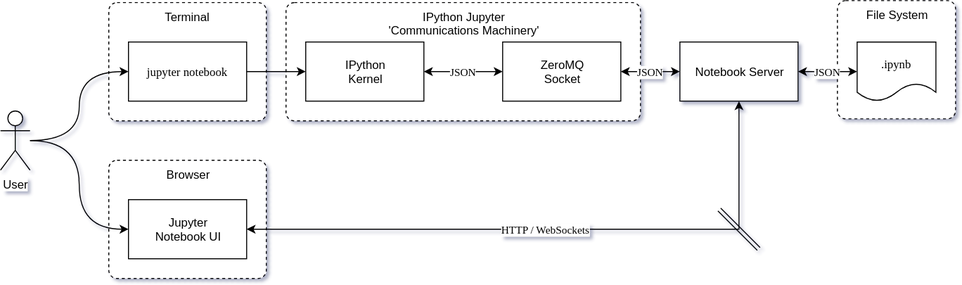
Before: jupyter_notebook_architecture.svg, a diagram exported from draw.io (panningforbacon/panningforbacon.github.io). Source tidied: cells renumbered, new cells last; positions are measured from the earlier drawing's top-left corner, leaving out a move shared by most shapes.
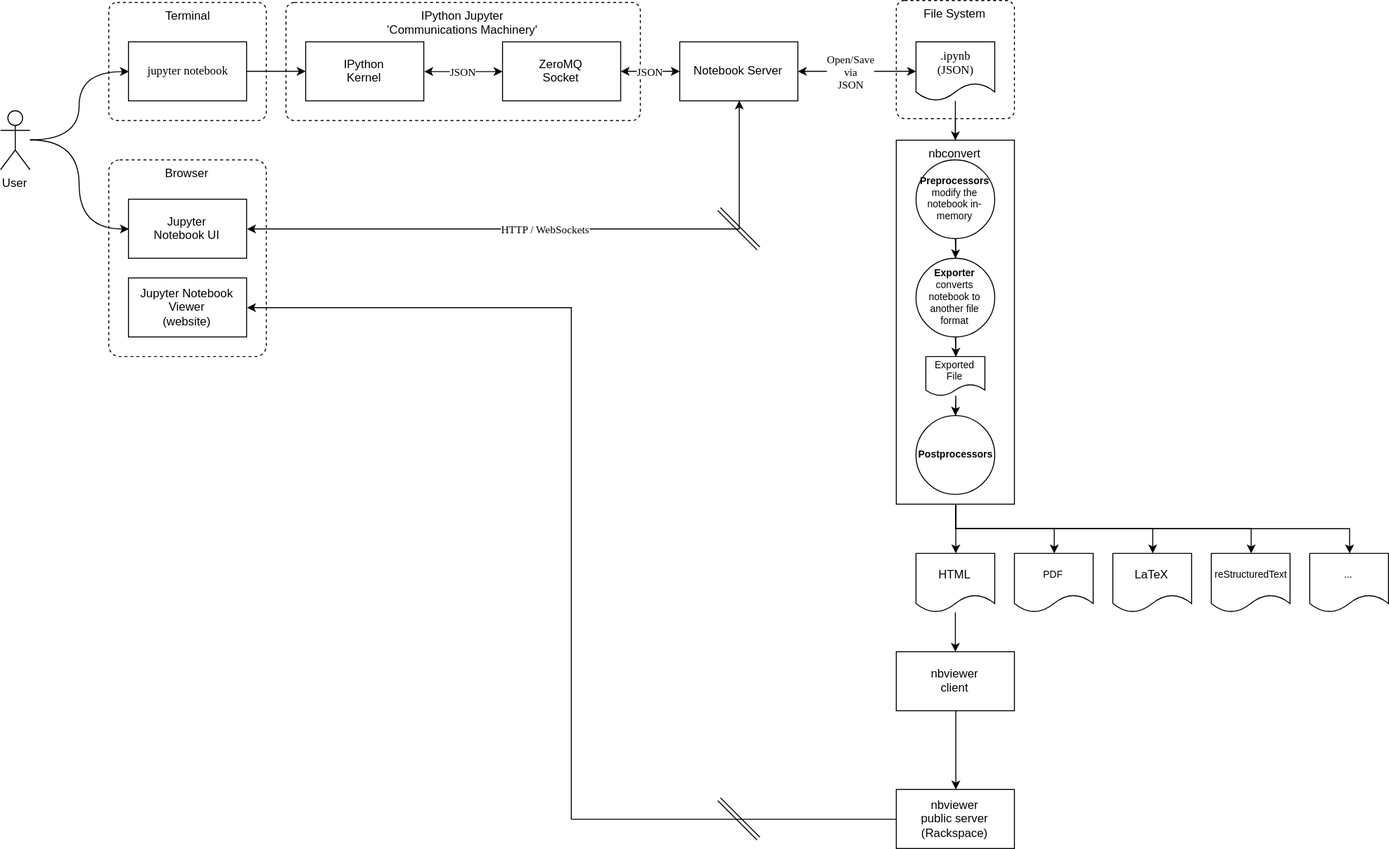
The same diagram one commit later.

Change to the diagram source:
```diff
@@ -30,7 +30,7 @@
       <mxGeometry x="510" y="42" width="120" height="60" as="geometry" />
     </mxCell>
     <mxCell id="11" value="Browser" style="rounded=1;whiteSpace=wrap;html=1;verticalAlign=top;dashed=1;arcSize=7;" parent="1" vertex="1">
-      <mxGeometry x="110" y="162" width="160" height="120" as="geometry" />
+      <mxGeometry x="110" y="162" width="160" height="200" as="geometry" />
     </mxCell>
     <mxCell id="12" value="Jupyter&lt;br&gt;Notebook UI" style="rounded=0;whiteSpace=wrap;html=1;" parent="1" vertex="1">
       <mxGeometry x="130" y="202" width="120" height="60" as="geometry" />
@@ -41,13 +41,16 @@
     <mxCell id="14" value="Notebook Server" style="rounded=0;whiteSpace=wrap;html=1;" parent="1" vertex="1">
       <mxGeometry x="690" y="42" width="120" height="60" as="geometry" />
     </mxCell>
+    <mxCell id="21" style="edgeStyle=orthogonalEdgeStyle;rounded=0;jettySize=auto;html=1;startArrow=none;startFill=0;fontFamily=Helvetica;fontSize=10;" parent="1" edge="1" source="15" target="28">
+      <mxGeometry relative="1" as="geometry" />
+    </mxCell>
     <mxCell id="15" value="File System" style="rounded=1;whiteSpace=wrap;html=1;verticalAlign=top;dashed=1;arcSize=7;" parent="1" vertex="1">
-      <mxGeometry x="850" width="120" height="120" as="geometry" />
+      <mxGeometry x="910" width="120" height="120" as="geometry" />
     </mxCell>
-    <mxCell id="16" value=".ipynb" style="shape=document;whiteSpace=wrap;html=1;boundedLbl=1;rounded=1;strokeWidth=1;fontFamily=Lucida Console;" parent="1" vertex="1">
-      <mxGeometry x="870" y="42" width="80" height="60" as="geometry" />
+    <mxCell id="16" value=".ipynb&lt;br&gt;(JSON)" style="shape=document;whiteSpace=wrap;html=1;boundedLbl=1;rounded=1;strokeWidth=1;fontFamily=Lucida Console;" parent="1" vertex="1">
+      <mxGeometry x="930" y="42" width="80" height="60" as="geometry" />
     </mxCell>
-    <mxCell id="17" value="JSON" style="edgeStyle=orthogonalEdgeStyle;rounded=0;jettySize=auto;html=1;fontFamily=Lucida Console;startArrow=classic;startFill=1;endArrow=classic;endFill=1;" parent="1" edge="1" source="14" target="16">
+    <mxCell id="17" value="Open/Save&lt;br&gt;via&lt;br&gt;JSON" style="edgeStyle=orthogonalEdgeStyle;rounded=0;jettySize=auto;html=1;fontFamily=Lucida Console;startArrow=classic;startFill=1;endArrow=classic;endFill=1;" parent="1" edge="1" source="14" target="16">
       <mxGeometry relative="1" as="geometry" />
     </mxCell>
     <mxCell id="18" style="shape=link;html=1;startArrow=classic;startFill=1;endArrow=classic;endFill=1;fontFamily=Lucida Console;" parent="1" edge="1">
@@ -62,5 +65,90 @@
     <mxCell id="20" style="edgeStyle=orthogonalEdgeStyle;rounded=0;jettySize=auto;html=1;fontFamily=Lucida Console;startArrow=none;startFill=0;endArrow=classic;endFill=1;entryX=0;entryY=0.5;entryDx=0;entryDy=0;curved=1;" parent="1" edge="1" source="4" target="12">
       <mxGeometry relative="1" as="geometry" />
     </mxCell>
+    <mxCell id="22" value="nbconvert" style="rounded=0;whiteSpace=wrap;html=1;verticalAlign=top;" parent="1" vertex="1">
+      <mxGeometry x="910" y="142" width="120" height="370" as="geometry" />
+    </mxCell>
+    <mxCell id="23" style="edgeStyle=orthogonalEdgeStyle;rounded=0;jettySize=auto;html=1;fontFamily=Lucida Console;startArrow=none;startFill=0;endArrow=classic;endFill=1;" parent="1" edge="1" source="16" target="22">
+      <mxGeometry relative="1" as="geometry">
+        <Array as="points">
+          <mxPoint x="970" y="202" />
+        </Array>
+      </mxGeometry>
+    </mxCell>
+    <mxCell id="24" value="HTML" style="shape=document;whiteSpace=wrap;html=1;boundedLbl=1;rounded=1;strokeWidth=1;fontFamily=Helvetica;" parent="1" vertex="1">
+      <mxGeometry x="930" y="562" width="80" height="60" as="geometry" />
+    </mxCell>
+    <mxCell id="25" value="LaTeX" style="shape=document;whiteSpace=wrap;html=1;boundedLbl=1;rounded=1;strokeWidth=1;fontFamily=Helvetica;" parent="1" vertex="1">
+      <mxGeometry x="1130" y="562" width="80" height="60" as="geometry" />
+    </mxCell>
+    <mxCell id="26" value="reStructuredText" style="shape=document;whiteSpace=wrap;html=1;boundedLbl=1;rounded=1;strokeWidth=1;fontFamily=Helvetica;fontSize=10;" parent="1" vertex="1">
+      <mxGeometry x="1230" y="562" width="80" height="60" as="geometry" />
+    </mxCell>
+    <mxCell id="27" style="edgeStyle=orthogonalEdgeStyle;rounded=0;jettySize=auto;html=1;startArrow=none;startFill=0;fontFamily=Helvetica;fontSize=10;" parent="1" edge="1" source="28" target="29">
+      <mxGeometry relative="1" as="geometry" />
+    </mxCell>
+    <mxCell id="28" value="&lt;b&gt;Preprocessors&lt;/b&gt;&lt;br&gt;modify the notebook in-memory" style="ellipse;whiteSpace=wrap;html=1;fontFamily=Helvetica;fontSize=10;" parent="1" vertex="1">
+      <mxGeometry x="930" y="162" width="80" height="80" as="geometry" />
+    </mxCell>
+    <mxCell id="29" value="&lt;b&gt;Exporter&lt;br&gt;&lt;/b&gt;converts notebook to another file format" style="ellipse;whiteSpace=wrap;html=1;fontFamily=Helvetica;fontSize=10;" parent="1" vertex="1">
+      <mxGeometry x="930" y="262" width="80" height="80" as="geometry" />
+    </mxCell>
+    <mxCell id="30" style="edgeStyle=orthogonalEdgeStyle;rounded=0;jettySize=auto;html=1;startArrow=none;startFill=0;fontFamily=Helvetica;fontSize=10;" parent="1" edge="1" source="31" target="32">
+      <mxGeometry relative="1" as="geometry" />
+    </mxCell>
+    <mxCell id="31" value="Exported File" style="shape=document;whiteSpace=wrap;html=1;boundedLbl=1;rounded=1;strokeWidth=1;fontFamily=Helvetica;fontSize=10;" parent="1" vertex="1">
+      <mxGeometry x="940" y="362" width="60" height="40" as="geometry" />
+    </mxCell>
+    <mxCell id="32" value="&lt;b&gt;Postprocessors&lt;/b&gt;" style="ellipse;whiteSpace=wrap;html=1;fontFamily=Helvetica;fontSize=10;" parent="1" vertex="1">
+      <mxGeometry x="930" y="422" width="80" height="80" as="geometry" />
+    </mxCell>
+    <mxCell id="33" style="edgeStyle=orthogonalEdgeStyle;rounded=0;jettySize=auto;html=1;startArrow=none;startFill=0;fontFamily=Helvetica;fontSize=10;" parent="1" edge="1" source="29" target="31">
+      <mxGeometry relative="1" as="geometry" />
+    </mxCell>
+    <mxCell id="34" style="edgeStyle=orthogonalEdgeStyle;rounded=0;jettySize=auto;html=1;startArrow=none;startFill=0;fontFamily=Helvetica;fontSize=10;exitX=0.5;exitY=1;exitDx=0;exitDy=0;" parent="1" edge="1" source="22" target="24">
+      <mxGeometry relative="1" as="geometry" />
+    </mxCell>
+    <mxCell id="35" style="edgeStyle=orthogonalEdgeStyle;rounded=0;jettySize=auto;html=1;startArrow=none;startFill=0;fontFamily=Helvetica;fontSize=10;exitX=0.5;exitY=1;exitDx=0;exitDy=0;" parent="1" edge="1" source="22" target="25">
+      <mxGeometry relative="1" as="geometry" />
+    </mxCell>
+    <mxCell id="36" style="edgeStyle=orthogonalEdgeStyle;rounded=0;jettySize=auto;html=1;startArrow=none;startFill=0;fontFamily=Helvetica;fontSize=10;exitX=0.5;exitY=1;exitDx=0;exitDy=0;" parent="1" edge="1" source="22" target="26">
+      <mxGeometry relative="1" as="geometry" />
+    </mxCell>
+    <mxCell id="37" value="nbviewer&lt;br&gt;public server&lt;br&gt;(Rackspace)" style="rounded=0;whiteSpace=wrap;html=1;" parent="1" vertex="1">
+      <mxGeometry x="910" y="802" width="120" height="60" as="geometry" />
+    </mxCell>
+    <mxCell id="38" value="Jupyter Notebook Viewer&lt;br&gt;(website)" style="rounded=0;whiteSpace=wrap;html=1;" parent="1" vertex="1">
+      <mxGeometry x="130" y="282" width="120" height="60" as="geometry" />
+    </mxCell>
+    <mxCell id="39" style="shape=link;html=1;startArrow=classic;startFill=1;endArrow=classic;endFill=1;fontFamily=Lucida Console;" parent="1" edge="1">
+      <mxGeometry relative="1" as="geometry">
+        <mxPoint x="770" y="852" as="sourcePoint" />
+        <mxPoint x="730" y="812" as="targetPoint" />
+      </mxGeometry>
+    </mxCell>
+    <mxCell id="40" style="edgeStyle=orthogonalEdgeStyle;rounded=0;jettySize=auto;html=1;startArrow=none;startFill=0;fontFamily=Helvetica;fontSize=10;" parent="1" edge="1" source="24" target="41">
+      <mxGeometry relative="1" as="geometry" />
+    </mxCell>
+    <mxCell id="41" value="nbviewer&lt;br&gt;client" style="rounded=0;whiteSpace=wrap;html=1;" parent="1" vertex="1">
+      <mxGeometry x="910" y="662" width="120" height="60" as="geometry" />
+    </mxCell>
+    <mxCell id="42" value="PDF" style="shape=document;whiteSpace=wrap;html=1;boundedLbl=1;rounded=1;strokeWidth=1;fontFamily=Helvetica;fontSize=10;" parent="1" vertex="1">
+      <mxGeometry x="1030" y="562" width="80" height="60" as="geometry" />
+    </mxCell>
+    <mxCell id="43" style="edgeStyle=orthogonalEdgeStyle;rounded=0;jettySize=auto;html=1;startArrow=none;startFill=0;fontFamily=Helvetica;fontSize=10;exitX=0.5;exitY=1;exitDx=0;exitDy=0;" parent="1" edge="1" source="22" target="42">
+      <mxGeometry relative="1" as="geometry" />
+    </mxCell>
+    <mxCell id="44" style="edgeStyle=orthogonalEdgeStyle;rounded=0;jettySize=auto;html=1;startArrow=none;startFill=0;fontFamily=Helvetica;fontSize=10;exitX=0.5;exitY=1;exitDx=0;exitDy=0;" parent="1" edge="1" source="41" target="37">
+      <mxGeometry relative="1" as="geometry" />
+    </mxCell>
+    <mxCell id="45" style="edgeStyle=orthogonalEdgeStyle;rounded=0;jettySize=auto;html=1;startArrow=none;startFill=0;fontFamily=Helvetica;fontSize=10;entryX=1;entryY=0.5;entryDx=0;entryDy=0;" parent="1" edge="1" source="37" target="38">
+      <mxGeometry relative="1" as="geometry" />
+    </mxCell>
+    <mxCell id="46" value="..." style="shape=document;whiteSpace=wrap;html=1;boundedLbl=1;rounded=1;strokeWidth=1;fontFamily=Helvetica;fontSize=10;" parent="1" vertex="1">
+      <mxGeometry x="1330" y="562" width="80" height="60" as="geometry" />
+    </mxCell>
+    <mxCell id="47" style="edgeStyle=orthogonalEdgeStyle;rounded=0;jettySize=auto;html=1;startArrow=none;startFill=0;fontFamily=Helvetica;fontSize=10;exitX=0.5;exitY=1;exitDx=0;exitDy=0;" parent="1" edge="1" source="22" target="46">
+      <mxGeometry relative="1" as="geometry" />
+    </mxCell>
   </root>
 </mxGraphModel>
```
